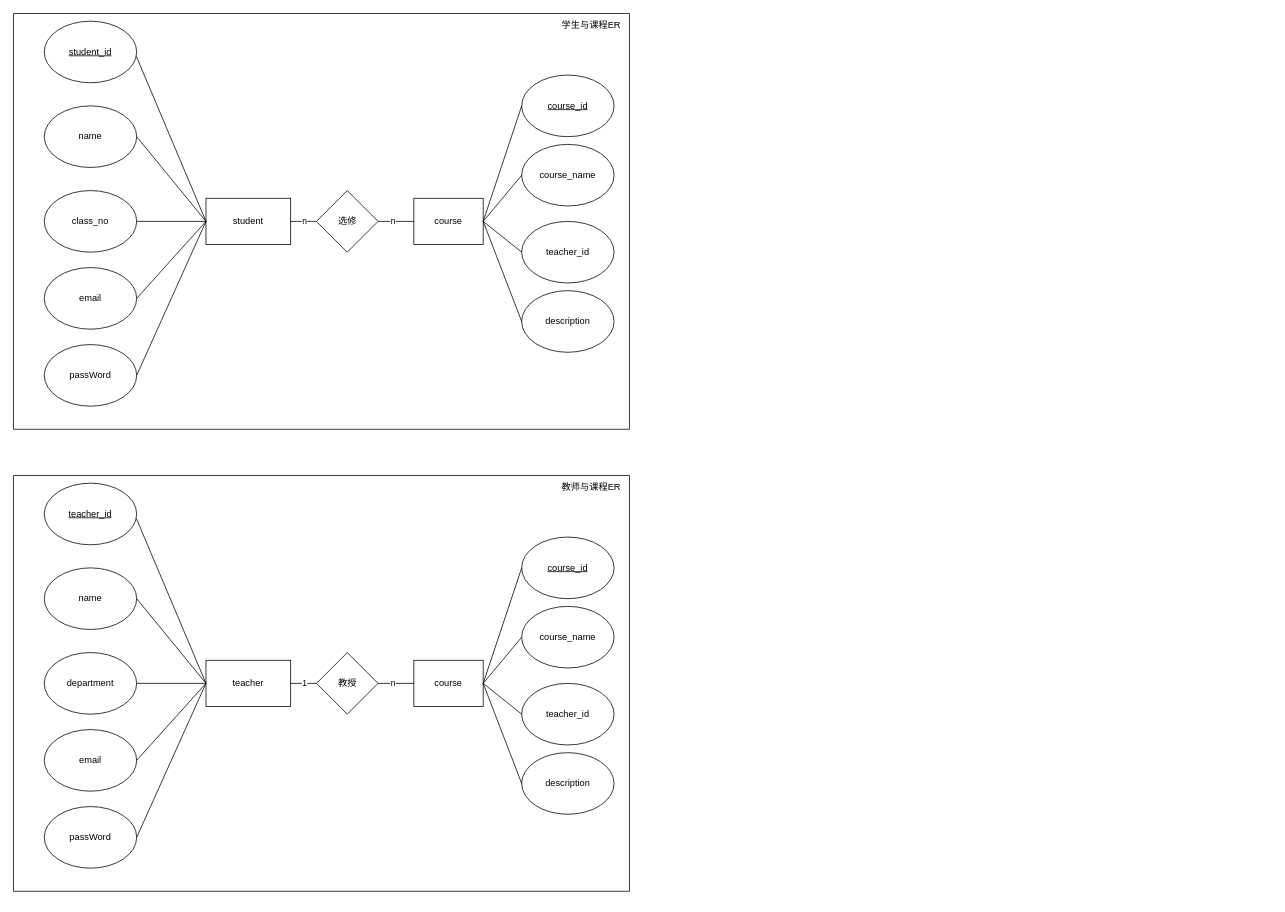
This is student_attendance_system.drawio from hiddenSharp429/student-attendance-system-python, a draw.io file, before an edit. Source tidied: cells renumbered, new cells numbered last; positions are measured from the earlier drawing's top-left corner, leaving out a move shared by most shapes. Both pictures are drawn from the tidied source at 77%, with x=0, y=0 at pixel (13, 13).
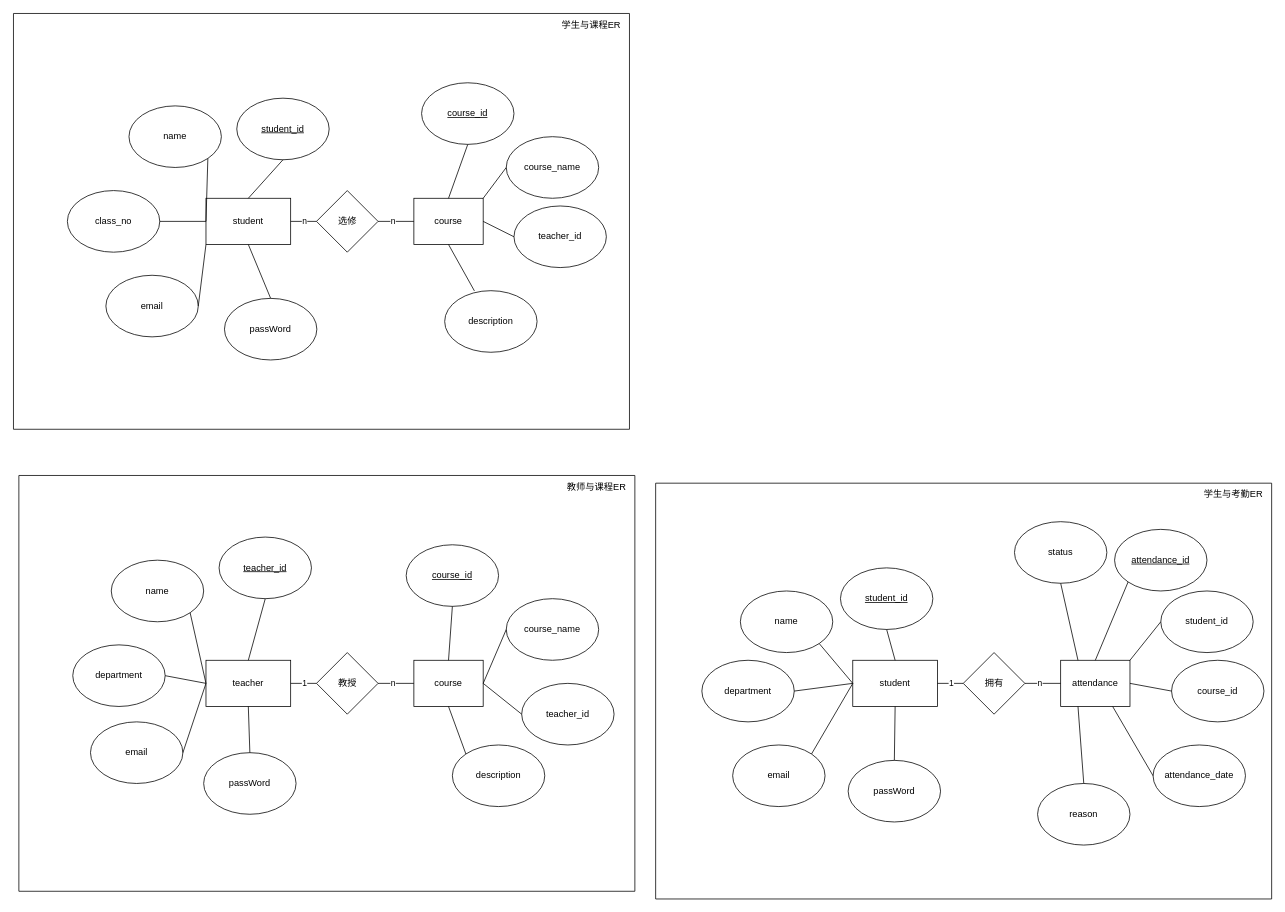
The same diagram, later.

The change refers to these unchanged cells:
```xml
<mxCell id="2" style="swimlane;startSize=0;" parent="1" vertex="1">
  <mxGeometry width="800" height="540" as="geometry" />
</mxCell>
<mxCell id="4" value="student" style="rounded=0;whiteSpace=wrap;html=1;" parent="1" vertex="1">
  <mxGeometry x="250" y="240" width="110" height="60" as="geometry" />
</mxCell>
<mxCell id="5" value="course" style="rounded=0;whiteSpace=wrap;html=1;" parent="1" vertex="1">
  <mxGeometry x="520" y="240" width="90" height="60" as="geometry" />
</mxCell>
```

The edit, as a diff of the source:
```diff
@@
+    <mxCell id="6" value="&lt;u&gt;student_id&lt;/u&gt;" style="ellipse;whiteSpace=wrap;html=1;" parent="2" vertex="1">
+      <mxGeometry x="290" y="110" width="120" height="80" as="geometry" />
+    </mxCell>
+    <mxCell id="7" value="name" style="ellipse;whiteSpace=wrap;html=1;" parent="2" vertex="1">
+      <mxGeometry x="150" y="120" width="120" height="80" as="geometry" />
+    </mxCell>
+    <mxCell id="10" value="passWord" style="ellipse;whiteSpace=wrap;html=1;" parent="2" vertex="1">
+      <mxGeometry x="274" y="370" width="120" height="80" as="geometry" />
+    </mxCell>
+    <mxCell id="9" value="email" style="ellipse;whiteSpace=wrap;html=1;" parent="2" vertex="1">
+      <mxGeometry x="120" y="340" width="120" height="80" as="geometry" />
+    </mxCell>
+    <mxCell id="8" value="class_no" style="ellipse;whiteSpace=wrap;html=1;" parent="2" vertex="1">
+      <mxGeometry x="70" y="230" width="120" height="80" as="geometry" />
+    </mxCell>
+    <mxCell id="16" value="&lt;u&gt;course_id&lt;/u&gt;" style="ellipse;whiteSpace=wrap;html=1;" parent="2" vertex="1">
+      <mxGeometry x="530" y="90" width="120" height="80" as="geometry" />
+    </mxCell>
+    <mxCell id="17" value="course_name" style="ellipse;whiteSpace=wrap;html=1;" parent="2" vertex="1">
+      <mxGeometry x="640" y="160" width="120" height="80" as="geometry" />
+    </mxCell>
+    <mxCell id="18" value="teacher_id" style="ellipse;whiteSpace=wrap;html=1;" parent="2" vertex="1">
+      <mxGeometry x="650" y="250" width="120" height="80" as="geometry" />
+    </mxCell>
+    <mxCell id="19" value="&lt;div style=&quot;text-align: center;&quot;&gt;&lt;span style=&quot;text-align: start; background-color: initial;&quot;&gt;description&lt;/span&gt;&lt;span style=&quot;color: rgba(0, 0, 0, 0); font-family: monospace; font-size: 0px; text-align: start; text-wrap: nowrap; background-color: initial;&quot;&gt;3CmxGraphModel%3E%3Croot%3E%3CmxCell%20id%3D%220%22%2F%3E%3CmxCell%20id%3D%221%22%20parent%3D%220%22%2F%3E%3CmxCell%20id%3D%222%22%20value%3D%22course_id%22%20style%3D%22ellipse%3BwhiteSpace%3Dwrap%3Bhtml%3D1%3B%22%20vertex%3D%221%22%20parent%3D%221%22%3E%3CmxGeometry%20x%3D%22640%22%20y%3D%2220%22%20width%3D%22120%22%20height%3D%2280%22%20as%3D%22geometry%22%2F%3E%3C%2FmxCell%3E%3C%2Froot%3E%3C%2FmxGraphModel%3E&lt;/span&gt;&lt;/div&gt;" style="ellipse;whiteSpace=wrap;html=1;" parent="2" vertex="1">
+      <mxGeometry x="560" y="360" width="120" height="80" as="geometry" />
+    </mxCell>
@@
-    <mxCell id="6" value="&lt;u&gt;student_id&lt;/u&gt;" style="ellipse;whiteSpace=wrap;html=1;" parent="1" vertex="1">
-      <mxGeometry x="40" y="10" width="120" height="80" as="geometry" />
-    </mxCell>
-    <mxCell id="7" value="name" style="ellipse;whiteSpace=wrap;html=1;" parent="1" vertex="1">
-      <mxGeometry x="40" y="120" width="120" height="80" as="geometry" />
-    </mxCell>
-    <mxCell id="8" value="class_no" style="ellipse;whiteSpace=wrap;html=1;" parent="1" vertex="1">
-      <mxGeometry x="40" y="230" width="120" height="80" as="geometry" />
-    </mxCell>
-    <mxCell id="9" value="email" style="ellipse;whiteSpace=wrap;html=1;" parent="1" vertex="1">
-      <mxGeometry x="40" y="330" width="120" height="80" as="geometry" />
-    </mxCell>
-    <mxCell id="10" value="passWord" style="ellipse;whiteSpace=wrap;html=1;" parent="1" vertex="1">
-      <mxGeometry x="40" y="430" width="120" height="80" as="geometry" />
-    </mxCell>
-    <mxCell id="11" style="endArrow=none;html=1;rounded=0;exitX=0.997;exitY=0.573;exitDx=0;exitDy=0;exitPerimeter=0;entryX=0;entryY=0.5;entryDx=0;entryDy=0;" parent="1" edge="1" source="6" target="4">
+    <mxCell id="11" style="endArrow=none;html=1;rounded=0;exitX=0.5;exitY=1;exitDx=0;exitDy=0;entryX=0.5;entryY=0;entryDx=0;entryDy=0;" parent="1" edge="1" source="6" target="4">
       <mxGeometry relative="1" as="geometry" />
     </mxCell>
-    <mxCell id="12" style="endArrow=none;html=1;rounded=0;exitX=1;exitY=0.5;exitDx=0;exitDy=0;" parent="1" edge="1" source="7">
+    <mxCell id="12" style="endArrow=none;html=1;rounded=0;exitX=1;exitY=1;exitDx=0;exitDy=0;" parent="1" edge="1" source="7">
       <mxGeometry relative="1" as="geometry">
         <mxPoint x="250" y="270" as="targetPoint" />
       </mxGeometry>
     </mxCell>
@@
-    <mxCell id="14" style="endArrow=none;html=1;rounded=0;exitX=1;exitY=0.5;exitDx=0;exitDy=0;" parent="1" edge="1" source="9">
-      <mxGeometry relative="1" as="geometry">
-        <mxPoint x="250" y="270" as="targetPoint" />
-      </mxGeometry>
+    <mxCell id="14" style="endArrow=none;html=1;rounded=0;exitX=1;exitY=0.5;exitDx=0;exitDy=0;entryX=0;entryY=1;entryDx=0;entryDy=0;" parent="1" edge="1" source="9" target="4">
+      <mxGeometry relative="1" as="geometry" />
     </mxCell>
-    <mxCell id="15" style="endArrow=none;html=1;rounded=0;exitX=1;exitY=0.5;exitDx=0;exitDy=0;entryX=0;entryY=0.5;entryDx=0;entryDy=0;" parent="1" edge="1" source="10" target="4">
+    <mxCell id="15" style="endArrow=none;html=1;rounded=0;exitX=0.5;exitY=0;exitDx=0;exitDy=0;entryX=0.5;entryY=1;entryDx=0;entryDy=0;" parent="1" edge="1" source="10" target="4">
       <mxGeometry relative="1" as="geometry" />
     </mxCell>
-    <mxCell id="16" value="&lt;u&gt;course_id&lt;/u&gt;" style="ellipse;whiteSpace=wrap;html=1;" parent="1" vertex="1">
-      <mxGeometry x="660" y="80" width="120" height="80" as="geometry" />
-    </mxCell>
-    <mxCell id="17" value="course_name" style="ellipse;whiteSpace=wrap;html=1;" parent="1" vertex="1">
-      <mxGeometry x="660" y="170" width="120" height="80" as="geometry" />
-    </mxCell>
-    <mxCell id="18" value="teacher_id" style="ellipse;whiteSpace=wrap;html=1;" parent="1" vertex="1">
-      <mxGeometry x="660" y="270" width="120" height="80" as="geometry" />
-    </mxCell>
-    <mxCell id="19" value="&lt;div style=&quot;text-align: center;&quot;&gt;&lt;span style=&quot;text-align: start; background-color: initial;&quot;&gt;description&lt;/span&gt;&lt;span style=&quot;color: rgba(0, 0, 0, 0); font-family: monospace; font-size: 0px; text-align: start; text-wrap: nowrap; background-color: initial;&quot;&gt;3CmxGraphModel%3E%3Croot%3E%3CmxCell%20id%3D%220%22%2F%3E%3CmxCell%20id%3D%221%22%20parent%3D%220%22%2F%3E%3CmxCell%20id%3D%222%22%20value%3D%22course_id%22%20style%3D%22ellipse%3BwhiteSpace%3Dwrap%3Bhtml%3D1%3B%22%20vertex%3D%221%22%20parent%3D%221%22%3E%3CmxGeometry%20x%3D%22640%22%20y%3D%2220%22%20width%3D%22120%22%20height%3D%2280%22%20as%3D%22geometry%22%2F%3E%3C%2FmxCell%3E%3C%2Froot%3E%3C%2FmxGraphModel%3E&lt;/span&gt;&lt;/div&gt;" style="ellipse;whiteSpace=wrap;html=1;" parent="1" vertex="1">
-      <mxGeometry x="660" y="360" width="120" height="80" as="geometry" />
-    </mxCell>
-    <mxCell id="20" style="endArrow=none;html=1;rounded=0;exitX=0;exitY=0.5;exitDx=0;exitDy=0;entryX=1;entryY=0.5;entryDx=0;entryDy=0;" parent="1" edge="1" source="16" target="5">
+    <mxCell id="20" style="endArrow=none;html=1;rounded=0;exitX=0.5;exitY=1;exitDx=0;exitDy=0;entryX=0.5;entryY=0;entryDx=0;entryDy=0;" parent="1" edge="1" source="16" target="5">
       <mxGeometry relative="1" as="geometry" />
     </mxCell>
-    <mxCell id="21" style="endArrow=none;html=1;rounded=0;exitX=0;exitY=0.5;exitDx=0;exitDy=0;" parent="1" edge="1" source="17">
-      <mxGeometry relative="1" as="geometry">
-        <mxPoint x="610" y="270" as="targetPoint" />
-      </mxGeometry>
+    <mxCell id="21" style="endArrow=none;html=1;rounded=0;exitX=0;exitY=0.5;exitDx=0;exitDy=0;entryX=1;entryY=0;entryDx=0;entryDy=0;" parent="1" edge="1" source="17" target="5">
+      <mxGeometry relative="1" as="geometry" />
     </mxCell>
@@
-    <mxCell id="23" style="endArrow=none;html=1;rounded=0;exitX=0;exitY=0.5;exitDx=0;exitDy=0;entryX=1;entryY=0.5;entryDx=0;entryDy=0;" parent="1" edge="1" source="19" target="5">
+    <mxCell id="23" style="endArrow=none;html=1;rounded=0;exitX=0.322;exitY=0.004;exitDx=0;exitDy=0;entryX=0.5;entryY=1;entryDx=0;entryDy=0;exitPerimeter=0;" parent="1" edge="1" source="19" target="5">
       <mxGeometry relative="1" as="geometry" />
     </mxCell>
@@
     <mxCell id="29" style="swimlane;startSize=0;" parent="1" vertex="1">
-      <mxGeometry y="600" width="800" height="540" as="geometry" />
+      <mxGeometry x="7" y="600" width="800" height="540" as="geometry" />
     </mxCell>
@@
-    <mxCell id="31" value="teacher" style="rounded=0;whiteSpace=wrap;html=1;" parent="1" vertex="1">
-      <mxGeometry x="250" y="840" width="110" height="60" as="geometry" />
-    </mxCell>
-    <mxCell id="32" value="course" style="rounded=0;whiteSpace=wrap;html=1;" parent="1" vertex="1">
-      <mxGeometry x="520" y="840" width="90" height="60" as="geometry" />
-    </mxCell>
-    <mxCell id="33" value="&lt;u&gt;teacher_id&lt;/u&gt;" style="ellipse;whiteSpace=wrap;html=1;" parent="1" vertex="1">
-      <mxGeometry x="40" y="610" width="120" height="80" as="geometry" />
+    <mxCell id="33" value="&lt;u&gt;teacher_id&lt;/u&gt;" style="ellipse;whiteSpace=wrap;html=1;" parent="29" vertex="1">
+      <mxGeometry x="260" y="80" width="120" height="80" as="geometry" />
     </mxCell>
-    <mxCell id="34" value="name" style="ellipse;whiteSpace=wrap;html=1;" parent="1" vertex="1">
-      <mxGeometry x="40" y="720" width="120" height="80" as="geometry" />
+    <mxCell id="34" value="name" style="ellipse;whiteSpace=wrap;html=1;" parent="29" vertex="1">
+      <mxGeometry x="120" y="110" width="120" height="80" as="geometry" />
     </mxCell>
-    <mxCell id="35" value="department" style="ellipse;whiteSpace=wrap;html=1;" parent="1" vertex="1">
-      <mxGeometry x="40" y="830" width="120" height="80" as="geometry" />
+    <mxCell id="35" value="department" style="ellipse;whiteSpace=wrap;html=1;" parent="29" vertex="1">
+      <mxGeometry x="70" y="220" width="120" height="80" as="geometry" />
     </mxCell>
-    <mxCell id="36" value="email" style="ellipse;whiteSpace=wrap;html=1;" parent="1" vertex="1">
-      <mxGeometry x="40" y="930" width="120" height="80" as="geometry" />
+    <mxCell id="36" value="email" style="ellipse;whiteSpace=wrap;html=1;" parent="29" vertex="1">
+      <mxGeometry x="93" y="320" width="120" height="80" as="geometry" />
     </mxCell>
-    <mxCell id="37" value="passWord" style="ellipse;whiteSpace=wrap;html=1;" parent="1" vertex="1">
-      <mxGeometry x="40" y="1030" width="120" height="80" as="geometry" />
+    <mxCell id="37" value="passWord" style="ellipse;whiteSpace=wrap;html=1;" parent="29" vertex="1">
+      <mxGeometry x="240" y="360" width="120" height="80" as="geometry" />
     </mxCell>
+    <mxCell id="43" value="&lt;u&gt;course_id&lt;/u&gt;" style="ellipse;whiteSpace=wrap;html=1;" parent="29" vertex="1">
+      <mxGeometry x="503" y="90" width="120" height="80" as="geometry" />
+    </mxCell>
+    <mxCell id="44" value="course_name" style="ellipse;whiteSpace=wrap;html=1;" parent="29" vertex="1">
+      <mxGeometry x="633" y="160" width="120" height="80" as="geometry" />
+    </mxCell>
+    <mxCell id="46" value="&lt;div style=&quot;text-align: center;&quot;&gt;&lt;span style=&quot;text-align: start; background-color: initial;&quot;&gt;description&lt;/span&gt;&lt;span style=&quot;color: rgba(0, 0, 0, 0); font-family: monospace; font-size: 0px; text-align: start; text-wrap: nowrap; background-color: initial;&quot;&gt;3CmxGraphModel%3E%3Croot%3E%3CmxCell%20id%3D%220%22%2F%3E%3CmxCell%20id%3D%221%22%20parent%3D%220%22%2F%3E%3CmxCell%20id%3D%222%22%20value%3D%22course_id%22%20style%3D%22ellipse%3BwhiteSpace%3Dwrap%3Bhtml%3D1%3B%22%20vertex%3D%221%22%20parent%3D%221%22%3E%3CmxGeometry%20x%3D%22640%22%20y%3D%2220%22%20width%3D%22120%22%20height%3D%2280%22%20as%3D%22geometry%22%2F%3E%3C%2FmxCell%3E%3C%2Froot%3E%3C%2FmxGraphModel%3E&lt;/span&gt;&lt;/div&gt;" style="ellipse;whiteSpace=wrap;html=1;" parent="29" vertex="1">
+      <mxGeometry x="563" y="350" width="120" height="80" as="geometry" />
+    </mxCell>
+    <mxCell id="31" value="teacher" style="rounded=0;whiteSpace=wrap;html=1;" parent="1" vertex="1">
+      <mxGeometry x="250" y="840" width="110" height="60" as="geometry" />
+    </mxCell>
+    <mxCell id="32" value="course" style="rounded=0;whiteSpace=wrap;html=1;" parent="1" vertex="1">
+      <mxGeometry x="520" y="840" width="90" height="60" as="geometry" />
+    </mxCell>
-    <mxCell id="38" style="endArrow=none;html=1;rounded=0;exitX=0.997;exitY=0.573;exitDx=0;exitDy=0;exitPerimeter=0;entryX=0;entryY=0.5;entryDx=0;entryDy=0;" parent="1" edge="1" source="33" target="31">
+    <mxCell id="38" style="endArrow=none;html=1;rounded=0;exitX=0.5;exitY=1;exitDx=0;exitDy=0;entryX=0.5;entryY=0;entryDx=0;entryDy=0;" parent="1" edge="1" source="33" target="31">
       <mxGeometry relative="1" as="geometry" />
     </mxCell>
-    <mxCell id="39" style="endArrow=none;html=1;rounded=0;exitX=1;exitY=0.5;exitDx=0;exitDy=0;" parent="1" edge="1" source="34">
+    <mxCell id="39" style="endArrow=none;html=1;rounded=0;exitX=1;exitY=1;exitDx=0;exitDy=0;" parent="1" edge="1" source="34">
       <mxGeometry relative="1" as="geometry">
         <mxPoint x="250" y="870" as="targetPoint" />
       </mxGeometry>
     </mxCell>
@@
-    <mxCell id="42" style="endArrow=none;html=1;rounded=0;exitX=1;exitY=0.5;exitDx=0;exitDy=0;entryX=0;entryY=0.5;entryDx=0;entryDy=0;" parent="1" edge="1" source="37" target="31">
+    <mxCell id="42" style="endArrow=none;html=1;rounded=0;exitX=0.5;exitY=0;exitDx=0;exitDy=0;entryX=0.5;entryY=1;entryDx=0;entryDy=0;" parent="1" edge="1" source="37" target="31">
       <mxGeometry relative="1" as="geometry" />
     </mxCell>
-    <mxCell id="43" value="&lt;u&gt;course_id&lt;/u&gt;" style="ellipse;whiteSpace=wrap;html=1;" parent="1" vertex="1">
-      <mxGeometry x="660" y="680" width="120" height="80" as="geometry" />
-    </mxCell>
-    <mxCell id="44" value="course_name" style="ellipse;whiteSpace=wrap;html=1;" parent="1" vertex="1">
-      <mxGeometry x="660" y="770" width="120" height="80" as="geometry" />
-    </mxCell>
@@
-    <mxCell id="46" value="&lt;div style=&quot;text-align: center;&quot;&gt;&lt;span style=&quot;text-align: start; background-color: initial;&quot;&gt;description&lt;/span&gt;&lt;span style=&quot;color: rgba(0, 0, 0, 0); font-family: monospace; font-size: 0px; text-align: start; text-wrap: nowrap; background-color: initial;&quot;&gt;3CmxGraphModel%3E%3Croot%3E%3CmxCell%20id%3D%220%22%2F%3E%3CmxCell%20id%3D%221%22%20parent%3D%220%22%2F%3E%3CmxCell%20id%3D%222%22%20value%3D%22course_id%22%20style%3D%22ellipse%3BwhiteSpace%3Dwrap%3Bhtml%3D1%3B%22%20vertex%3D%221%22%20parent%3D%221%22%3E%3CmxGeometry%20x%3D%22640%22%20y%3D%2220%22%20width%3D%22120%22%20height%3D%2280%22%20as%3D%22geometry%22%2F%3E%3C%2FmxCell%3E%3C%2Froot%3E%3C%2FmxGraphModel%3E&lt;/span&gt;&lt;/div&gt;" style="ellipse;whiteSpace=wrap;html=1;" parent="1" vertex="1">
-      <mxGeometry x="660" y="960" width="120" height="80" as="geometry" />
-    </mxCell>
-    <mxCell id="47" style="endArrow=none;html=1;rounded=0;exitX=0;exitY=0.5;exitDx=0;exitDy=0;entryX=1;entryY=0.5;entryDx=0;entryDy=0;" parent="1" edge="1" source="43" target="32">
+    <mxCell id="47" style="endArrow=none;html=1;rounded=0;exitX=0.5;exitY=1;exitDx=0;exitDy=0;entryX=0.5;entryY=0;entryDx=0;entryDy=0;" parent="1" edge="1" source="43" target="32">
       <mxGeometry relative="1" as="geometry" />
     </mxCell>
@@
-    <mxCell id="50" style="endArrow=none;html=1;rounded=0;exitX=0;exitY=0.5;exitDx=0;exitDy=0;entryX=1;entryY=0.5;entryDx=0;entryDy=0;" parent="1" edge="1" source="46" target="32">
+    <mxCell id="50" style="endArrow=none;html=1;rounded=0;exitX=0;exitY=0;exitDx=0;exitDy=0;entryX=0.5;entryY=1;entryDx=0;entryDy=0;" parent="1" edge="1" source="46" target="32">
       <mxGeometry relative="1" as="geometry" />
     </mxCell>
@@
+    <mxCell id="56" style="swimlane;startSize=0;" parent="1" vertex="1">
+      <mxGeometry x="834" y="610" width="800" height="540" as="geometry" />
+    </mxCell>
+    <mxCell id="57" value="学生与考勤ER" style="text;html=1;align=center;verticalAlign=middle;strokeColor=none;fillColor=none;" parent="56" vertex="1">
+      <mxGeometry x="700" width="100" height="30" as="geometry" />
+    </mxCell>
+    <mxCell id="58" value="status" style="ellipse;whiteSpace=wrap;html=1;" parent="56" vertex="1">
+      <mxGeometry x="466" y="50" width="120" height="80" as="geometry" />
+    </mxCell>
+    <mxCell id="59" value="reason" style="ellipse;whiteSpace=wrap;html=1;" parent="56" vertex="1">
+      <mxGeometry x="496" y="390" width="120" height="80" as="geometry" />
+    </mxCell>
+    <mxCell id="60" value="&lt;u&gt;student_id&lt;/u&gt;" style="ellipse;whiteSpace=wrap;html=1;" parent="56" vertex="1">
+      <mxGeometry x="240" y="110" width="120" height="80" as="geometry" />
+    </mxCell>
+    <mxCell id="61" value="name" style="ellipse;whiteSpace=wrap;html=1;" parent="56" vertex="1">
+      <mxGeometry x="110" y="140" width="120" height="80" as="geometry" />
+    </mxCell>
+    <mxCell id="62" value="department" style="ellipse;whiteSpace=wrap;html=1;" parent="56" vertex="1">
+      <mxGeometry x="60" y="230" width="120" height="80" as="geometry" />
+    </mxCell>
+    <mxCell id="63" value="passWord" style="ellipse;whiteSpace=wrap;html=1;" parent="56" vertex="1">
+      <mxGeometry x="250" y="360" width="120" height="80" as="geometry" />
+    </mxCell>
+    <mxCell id="64" value="email" style="ellipse;whiteSpace=wrap;html=1;" parent="56" vertex="1">
+      <mxGeometry x="100" y="340" width="120" height="80" as="geometry" />
+    </mxCell>
+    <mxCell id="65" value="&lt;u&gt;attendance_id&lt;/u&gt;" style="ellipse;whiteSpace=wrap;html=1;" parent="56" vertex="1">
+      <mxGeometry x="596" y="60" width="120" height="80" as="geometry" />
+    </mxCell>
+    <mxCell id="66" value="student_id" style="ellipse;whiteSpace=wrap;html=1;" parent="56" vertex="1">
+      <mxGeometry x="656" y="140" width="120" height="80" as="geometry" />
+    </mxCell>
+    <mxCell id="67" value="course_id" style="ellipse;whiteSpace=wrap;html=1;" parent="56" vertex="1">
+      <mxGeometry x="670" y="230" width="120" height="80" as="geometry" />
+    </mxCell>
+    <mxCell id="68" value="&lt;div style=&quot;text-align: start;&quot;&gt;attendance_date&lt;/div&gt;" style="ellipse;whiteSpace=wrap;html=1;" parent="56" vertex="1">
+      <mxGeometry x="646" y="340" width="120" height="80" as="geometry" />
+    </mxCell>
+    <mxCell id="69" value="student" style="rounded=0;whiteSpace=wrap;html=1;" parent="1" vertex="1">
+      <mxGeometry x="1090" y="840" width="110" height="60" as="geometry" />
+    </mxCell>
+    <mxCell id="70" value="attendance" style="rounded=0;whiteSpace=wrap;html=1;" parent="1" vertex="1">
+      <mxGeometry x="1360" y="840" width="90" height="60" as="geometry" />
+    </mxCell>
+    <mxCell id="71" style="endArrow=none;html=1;rounded=0;exitX=0.5;exitY=1;exitDx=0;exitDy=0;entryX=0.5;entryY=0;entryDx=0;entryDy=0;" parent="1" edge="1" source="60" target="69">
+      <mxGeometry relative="1" as="geometry" />
+    </mxCell>
+    <mxCell id="72" style="endArrow=none;html=1;rounded=0;exitX=1;exitY=1;exitDx=0;exitDy=0;" parent="1" edge="1" source="61">
+      <mxGeometry relative="1" as="geometry">
+        <mxPoint x="1090" y="870" as="targetPoint" />
+      </mxGeometry>
+    </mxCell>
+    <mxCell id="73" style="endArrow=none;html=1;rounded=0;exitX=1;exitY=0.5;exitDx=0;exitDy=0;" parent="1" edge="1" source="62">
+      <mxGeometry relative="1" as="geometry">
+        <mxPoint x="1090" y="870" as="targetPoint" />
+      </mxGeometry>
+    </mxCell>
+    <mxCell id="74" style="endArrow=none;html=1;rounded=0;exitX=1;exitY=0;exitDx=0;exitDy=0;" parent="1" edge="1" source="64">
+      <mxGeometry relative="1" as="geometry">
+        <mxPoint x="1090" y="870" as="targetPoint" />
+      </mxGeometry>
+    </mxCell>
+    <mxCell id="75" style="endArrow=none;html=1;rounded=0;exitX=0.5;exitY=0;exitDx=0;exitDy=0;entryX=0.5;entryY=1;entryDx=0;entryDy=0;" parent="1" edge="1" source="63" target="69">
+      <mxGeometry relative="1" as="geometry" />
+    </mxCell>
+    <mxCell id="76" style="endArrow=none;html=1;rounded=0;exitX=0;exitY=1;exitDx=0;exitDy=0;entryX=0.5;entryY=0;entryDx=0;entryDy=0;" parent="1" edge="1" source="65" target="70">
+      <mxGeometry relative="1" as="geometry" />
+    </mxCell>
+    <mxCell id="77" style="endArrow=none;html=1;rounded=0;exitX=0;exitY=0.5;exitDx=0;exitDy=0;entryX=1;entryY=0;entryDx=0;entryDy=0;" parent="1" edge="1" source="66" target="70">
+      <mxGeometry relative="1" as="geometry" />
+    </mxCell>
+    <mxCell id="78" style="endArrow=none;html=1;rounded=0;exitX=0;exitY=0.5;exitDx=0;exitDy=0;" parent="1" edge="1" source="67">
+      <mxGeometry relative="1" as="geometry">
+        <mxPoint x="1450" y="870" as="targetPoint" />
+      </mxGeometry>
+    </mxCell>
+    <mxCell id="79" style="endArrow=none;html=1;rounded=0;exitX=0;exitY=0.5;exitDx=0;exitDy=0;entryX=0.75;entryY=1;entryDx=0;entryDy=0;" parent="1" edge="1" source="68" target="70">
+      <mxGeometry relative="1" as="geometry" />
+    </mxCell>
+    <mxCell id="80" value="拥有" style="rhombus;whiteSpace=wrap;html=1;" parent="1" vertex="1">
+      <mxGeometry x="1233.5" y="830" width="80" height="80" as="geometry" />
+    </mxCell>
+    <mxCell id="81" style="endArrow=none;html=1;rounded=0;exitX=1;exitY=0.5;exitDx=0;exitDy=0;entryX=0;entryY=0.5;entryDx=0;entryDy=0;" parent="1" edge="1" source="69" target="80">
+      <mxGeometry relative="1" as="geometry" />
+    </mxCell>
+    <mxCell id="82" value="1" style="edgeLabel;html=1;align=center;verticalAlign=middle;" parent="81" vertex="1">
+      <mxGeometry x="-0.23" y="2" relative="1" as="geometry">
+        <mxPoint x="4" y="1" as="offset" />
+      </mxGeometry>
+    </mxCell>
+    <mxCell id="83" style="endArrow=none;html=1;rounded=0;exitX=1;exitY=0.5;exitDx=0;exitDy=0;entryX=0;entryY=0.5;entryDx=0;entryDy=0;" parent="1" edge="1" source="80" target="70">
+      <mxGeometry relative="1" as="geometry" />
+    </mxCell>
+    <mxCell id="84" value="n" style="edgeLabel;html=1;align=center;verticalAlign=middle;" parent="83" vertex="1">
+      <mxGeometry x="-0.18" y="-1" relative="1" as="geometry">
+        <mxPoint y="-2" as="offset" />
+      </mxGeometry>
+    </mxCell>
+    <mxCell id="85" style="endArrow=none;html=1;rounded=0;exitX=0.5;exitY=1;exitDx=0;exitDy=0;entryX=0.25;entryY=0;entryDx=0;entryDy=0;" parent="1" edge="1" source="58" target="70">
+      <mxGeometry relative="1" as="geometry" />
+    </mxCell>
+    <mxCell id="86" style="endArrow=none;html=1;rounded=0;exitX=0.5;exitY=0;exitDx=0;exitDy=0;entryX=0.25;entryY=1;entryDx=0;entryDy=0;" parent="1" edge="1" source="59" target="70">
+      <mxGeometry relative="1" as="geometry" />
+    </mxCell>
```
